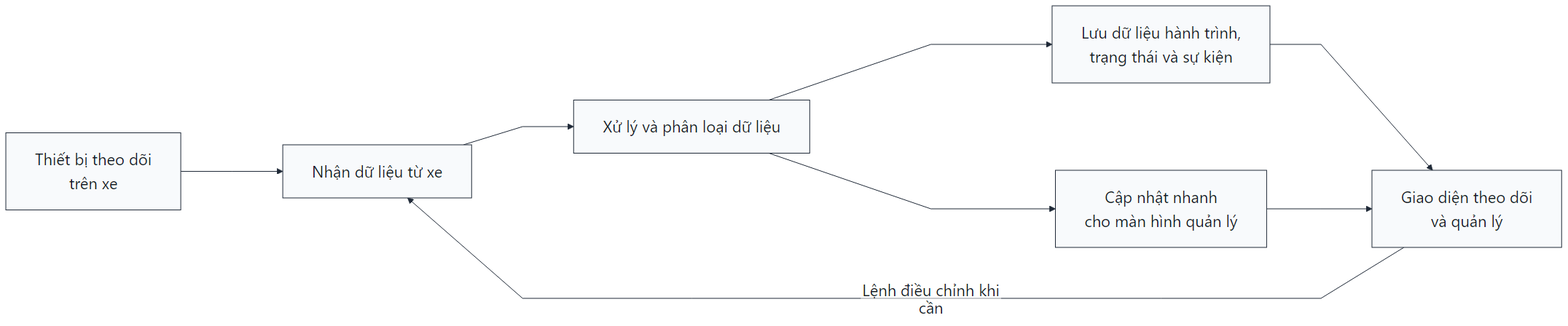
Above: resources/reports/thesis/final/assets/figures-condensed-r2/09-chuong-4-trien-khai-cloud-hinh-4-15.png in anmh1205/IoT_Vehicle_Tracking_System (Mermaid), before the change. Its source is kept beside it as resources/reports/thesis/final/assets/uml/09-chuong-4-trien-khai-cloud-hinh-4-15.mmd.
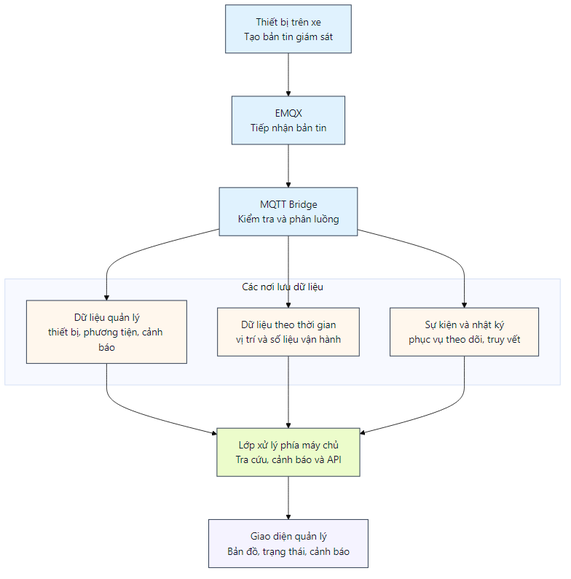
After the change.

Change to the diagram source:
```diff
@@ -1,11 +1,43 @@
-flowchart LR
-    Device["Thiết bị theo dõi<br/>trên xe"]
-    Intake["Nhận dữ liệu từ xe"]
-    Process["Xử lý và phân loại dữ liệu"]
-    Storage["Lưu dữ liệu hành trình,<br/>trạng thái và sự kiện"]
-    Update["Cập nhật nhanh<br/>cho màn hình quản lý"]
-    Dashboard["Giao diện theo dõi<br/>và quản lý"]
+---
+config:
+  theme: base
+  look: classic
+  fontFamily: Noto Sans, Segoe UI, Arial, sans-serif
+  flowchart:
+    htmlLabels: true
+    nodeSpacing: 50
+    rankSpacing: 70
+---
+flowchart TB
+    Device["Thiết bị trên xe<br/>Tạo bản tin giám sát"]
+    Broker["EMQX<br/>Tiếp nhận bản tin"]
+    Bridge["MQTT Bridge<br/>Kiểm tra và phân luồng"]
 
-    Device --> Intake --> Process --> Storage --> Dashboard
-    Process --> Update --> Dashboard
-    Dashboard -->|Lệnh điều chỉnh khi cần| Intake
+    subgraph Storage["Các nơi lưu dữ liệu"]
+        direction LR
+        Biz["Dữ liệu quản lý<br/>thiết bị, phương tiện, cảnh báo"]
+        Time["Dữ liệu theo thời gian<br/>vị trí và số liệu vận hành"]
+        Logs["Sự kiện và nhật ký<br/>phục vụ theo dõi, truy vết"]
+    end
+
+    Backend["Lớp xử lý phía máy chủ<br/>Tra cứu, cảnh báo và API"]
+    UI["Giao diện quản lý<br/>Bản đồ, trạng thái, cảnh báo"]
+
+    Device --> Broker --> Bridge
+    Bridge --> Biz
+    Bridge --> Time
+    Bridge --> Logs
+    Biz --> Backend
+    Time --> Backend
+    Logs --> Backend
+    Backend --> UI
+
+    classDef intake fill:#e0f2fe,stroke:#334155,color:#0f172a,stroke-width:1.2px;
+    classDef storage fill:#fff7ed,stroke:#334155,color:#0f172a,stroke-width:1.2px;
+    classDef process fill:#ecfccb,stroke:#334155,color:#0f172a,stroke-width:1.2px;
+    classDef output fill:#f5f3ff,stroke:#334155,color:#0f172a,stroke-width:1.2px;
+
+    class Device,Broker,Bridge intake;
+    class Biz,Time,Logs storage;
+    class Backend process;
+    class UI output;
```
